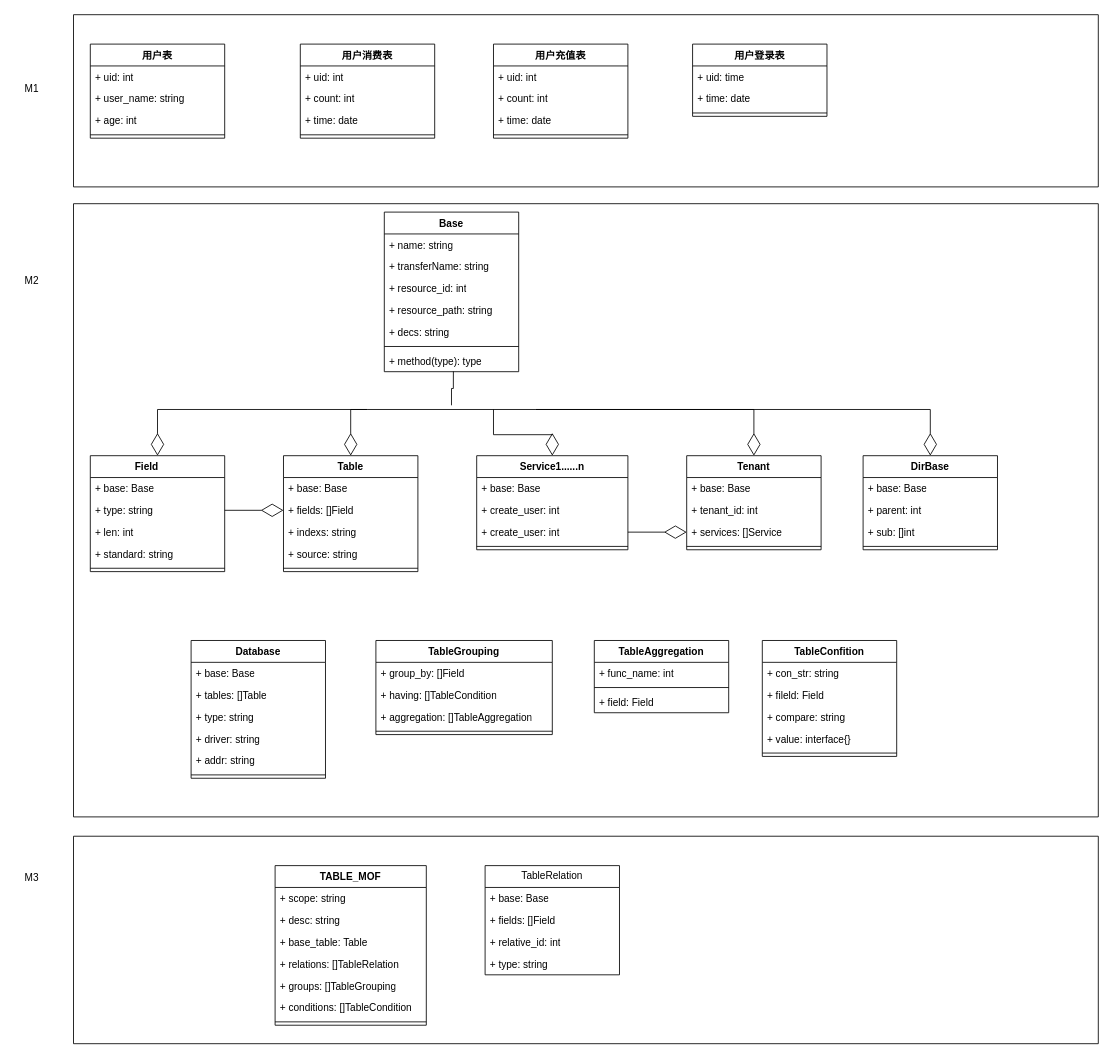
The draw.io diagram page "第 4 页" (4 of 5) of Crm-Saas/crm-saas.drawio in zhangshuntao-ola/MyDraw, before the edit. Source tidied: cells renumbered, new cells numbered last; positions are measured from the earlier drawing's top-left corner, leaving out a move shared by most shapes. Both pictures are drawn from the tidied source at 84%, with x=0, y=0 at pixel (14, 14).
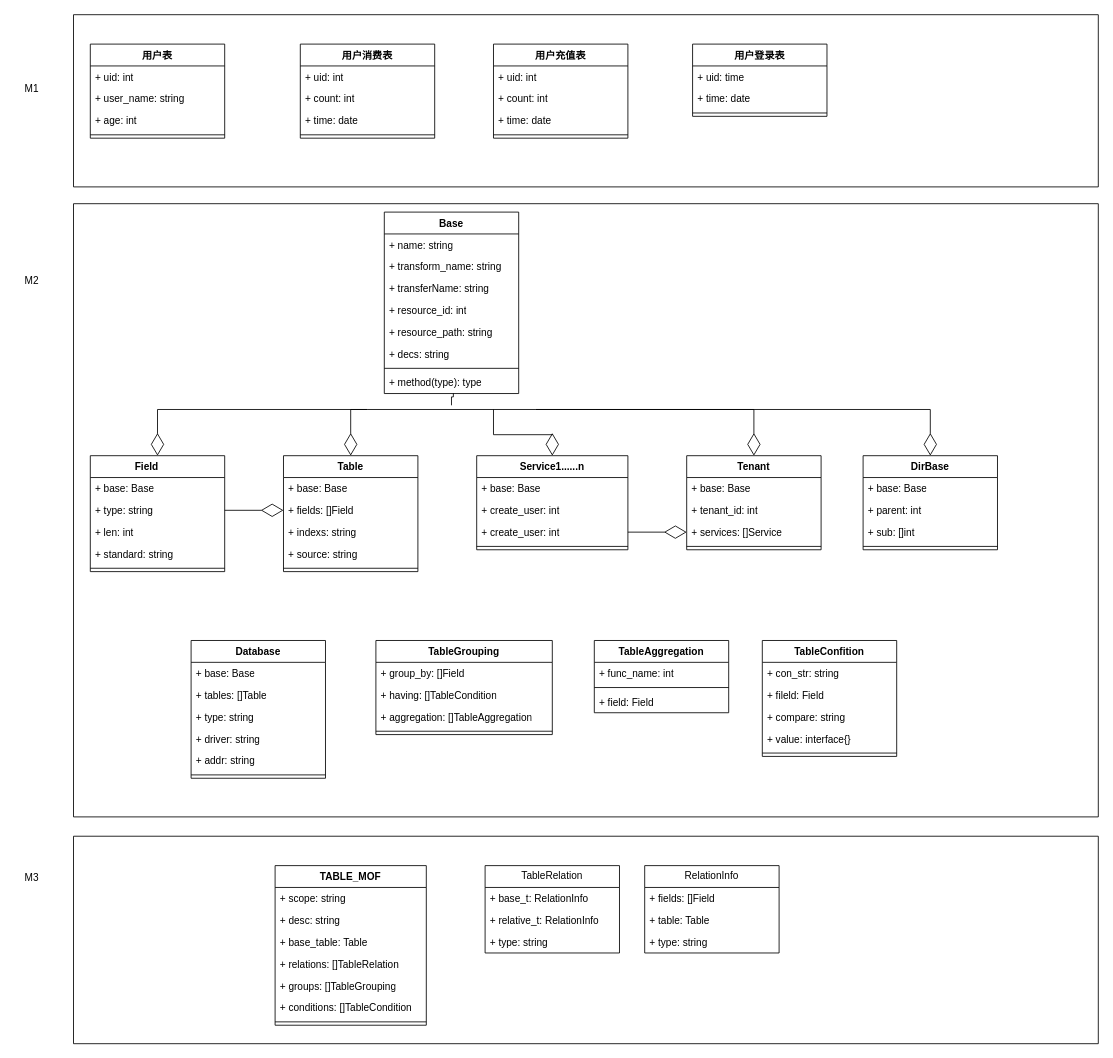
Above is the later version.

The change refers to these unchanged cells:
```xml
<mxCell id="100" style="swimlane;startSize=0;" parent="1" vertex="1">
  <mxGeometry x="70" y="978" width="1220" height="247" as="geometry" />
</mxCell>
```

Diff of the diagram source:
```diff
@@
     <mxCell id="54" value="Base" style="swimlane;fontStyle=1;align=center;verticalAlign=top;horizontal=1;startSize=26;whiteSpace=wrap;html=1;" parent="1" vertex="1">
-      <mxGeometry x="440" y="235" width="160" height="190" as="geometry" />
+      <mxGeometry x="440" y="235" width="160" height="216" as="geometry" />
     </mxCell>
@@
+    <mxCell id="106" value="+ transform_name: string" style="text;strokeColor=none;fillColor=none;align=left;verticalAlign=top;spacingLeft=4;spacingRight=4;overflow=hidden;whiteSpace=wrap;html=1;" parent="54" vertex="1">
+      <mxGeometry y="52" width="160" height="26" as="geometry" />
+    </mxCell>
     <mxCell id="56" value="+ transferName: string" style="text;strokeColor=none;fillColor=none;align=left;verticalAlign=top;spacingLeft=4;spacingRight=4;overflow=hidden;whiteSpace=wrap;html=1;" parent="54" vertex="1">
-      <mxGeometry y="52" width="160" height="26" as="geometry" />
+      <mxGeometry y="78" width="160" height="26" as="geometry" />
     </mxCell>
     <mxCell id="57" value="+ resource_id: int" style="text;strokeColor=none;fillColor=none;align=left;verticalAlign=top;spacingLeft=4;spacingRight=4;overflow=hidden;whiteSpace=wrap;html=1;" parent="54" vertex="1">
-      <mxGeometry y="78" width="160" height="26" as="geometry" />
+      <mxGeometry y="104" width="160" height="26" as="geometry" />
     </mxCell>
     <mxCell id="58" value="+ resource_path: string" style="text;strokeColor=none;fillColor=none;align=left;verticalAlign=top;spacingLeft=4;spacingRight=4;overflow=hidden;whiteSpace=wrap;html=1;" parent="54" vertex="1">
-      <mxGeometry y="104" width="160" height="26" as="geometry" />
+      <mxGeometry y="130" width="160" height="26" as="geometry" />
     </mxCell>
     <mxCell id="59" value="+ decs: string" style="text;strokeColor=none;fillColor=none;align=left;verticalAlign=top;spacingLeft=4;spacingRight=4;overflow=hidden;whiteSpace=wrap;html=1;" parent="54" vertex="1">
-      <mxGeometry y="130" width="160" height="26" as="geometry" />
+      <mxGeometry y="156" width="160" height="26" as="geometry" />
     </mxCell>
     <mxCell id="60" style="line;strokeWidth=1;fillColor=none;align=left;verticalAlign=middle;spacingTop=-1;spacingLeft=3;spacingRight=3;labelPosition=right;strokeColor=inherit;" parent="54" vertex="1">
-      <mxGeometry y="156" width="160" height="8" as="geometry" />
+      <mxGeometry y="182" width="160" height="8" as="geometry" />
     </mxCell>
     <mxCell id="61" value="+ method(type): type" style="text;strokeColor=none;fillColor=none;align=left;verticalAlign=top;spacingLeft=4;spacingRight=4;overflow=hidden;points=[[0,0.5],[1,0.5]];portConstraint=eastwest;whiteSpace=wrap;html=1;" parent="54" vertex="1">
-      <mxGeometry y="164" width="160" height="26" as="geometry" />
+      <mxGeometry y="190" width="160" height="26" as="geometry" />
     </mxCell>
@@
     <mxCell id="101" value="TableRelation" style="swimlane;fontStyle=0;horizontal=1;startSize=26;fillColor=none;whiteSpace=wrap;html=1;" parent="100" vertex="1">
-      <mxGeometry x="490" y="35" width="160" height="130" as="geometry" />
+      <mxGeometry x="490" y="35" width="160" height="104" as="geometry" />
     </mxCell>
-    <mxCell id="102" value="+ base: Base" style="text;strokeColor=none;fillColor=none;align=left;verticalAlign=top;spacingLeft=4;spacingRight=4;overflow=hidden;whiteSpace=wrap;html=1;" parent="101" vertex="1">
-      <mxGeometry y="26" width="160" height="26" as="geometry" />
-    </mxCell>
-    <mxCell id="103" value="+ fields: []Field&amp;nbsp;" style="text;strokeColor=none;fillColor=none;align=left;verticalAlign=top;spacingLeft=4;spacingRight=4;overflow=hidden;whiteSpace=wrap;html=1;" parent="101" vertex="1">
-      <mxGeometry y="52" width="160" height="26" as="geometry" />
-    </mxCell>
+    <mxCell id="107" value="+ base_t: RelationInfo" style="text;strokeColor=none;fillColor=none;align=left;verticalAlign=top;spacingLeft=4;spacingRight=4;overflow=hidden;whiteSpace=wrap;html=1;" parent="101" vertex="1">
+      <mxGeometry y="26" width="160" height="26" as="geometry" />
+    </mxCell>
-    <mxCell id="104" value="+ relative_id: int" style="text;strokeColor=none;fillColor=none;align=left;verticalAlign=top;spacingLeft=4;spacingRight=4;overflow=hidden;whiteSpace=wrap;html=1;" parent="101" vertex="1">
-      <mxGeometry y="78" width="160" height="26" as="geometry" />
+    <mxCell id="104" value="+ relative_t: RelationInfo" style="text;strokeColor=none;fillColor=none;align=left;verticalAlign=top;spacingLeft=4;spacingRight=4;overflow=hidden;whiteSpace=wrap;html=1;" parent="101" vertex="1">
+      <mxGeometry y="52" width="160" height="26" as="geometry" />
     </mxCell>
     <mxCell id="105" value="+ type: string" style="text;strokeColor=none;fillColor=none;align=left;verticalAlign=top;spacingLeft=4;spacingRight=4;overflow=hidden;whiteSpace=wrap;html=1;" parent="101" vertex="1">
-      <mxGeometry y="104" width="160" height="26" as="geometry" />
+      <mxGeometry y="78" width="160" height="26" as="geometry" />
     </mxCell>
+    <mxCell id="108" value="RelationInfo" style="swimlane;fontStyle=0;horizontal=1;startSize=26;fillColor=none;whiteSpace=wrap;html=1;" parent="100" vertex="1">
+      <mxGeometry x="680" y="35" width="160" height="104" as="geometry" />
+    </mxCell>
+    <mxCell id="103" value="+ fields: []Field&amp;nbsp;" style="text;strokeColor=none;fillColor=none;align=left;verticalAlign=top;spacingLeft=4;spacingRight=4;overflow=hidden;whiteSpace=wrap;html=1;" parent="108" vertex="1">
+      <mxGeometry y="26" width="160" height="26" as="geometry" />
+    </mxCell>
+    <mxCell id="109" value="+ table: Table" style="text;strokeColor=none;fillColor=none;align=left;verticalAlign=top;spacingLeft=4;spacingRight=4;overflow=hidden;whiteSpace=wrap;html=1;" parent="108" vertex="1">
+      <mxGeometry y="52" width="160" height="26" as="geometry" />
+    </mxCell>
+    <mxCell id="110" value="+ type: string" style="text;strokeColor=none;fillColor=none;align=left;verticalAlign=top;spacingLeft=4;spacingRight=4;overflow=hidden;whiteSpace=wrap;html=1;" parent="108" vertex="1">
+      <mxGeometry y="78" width="160" height="26" as="geometry" />
+    </mxCell>
```
